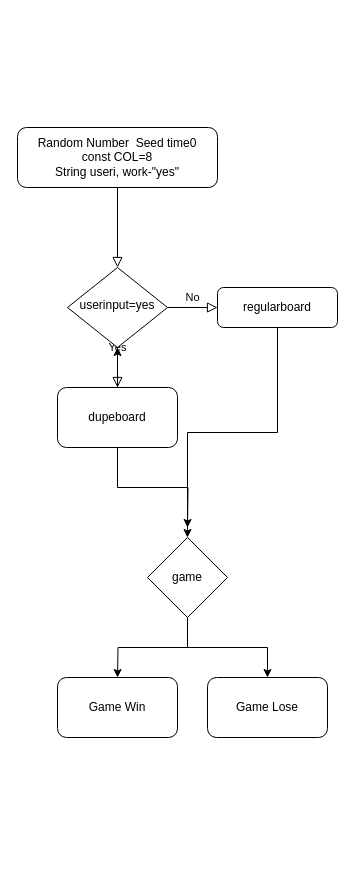
kmai3/Mastermind-Project keeps this draw.io diagram as page "Main" (1 of 4) of flowchart_mastermind.drawio. Above is the earlier version. Source tidied: cells renumbered, new cells numbered last; positions are measured from the earlier drawing's top-left corner, leaving out a move shared by most shapes. Both pictures are drawn from the tidied source at 100%, with x=0, y=0 at pixel (17, 127).
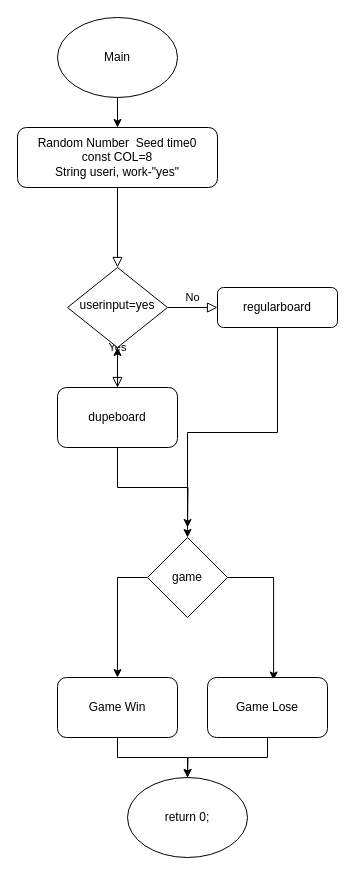
The same page after the edit.

Unchanged cells that the change refers to:
```xml
<mxCell id="3" value="Random Number&amp;nbsp; Seed time0&lt;br&gt;const COL=8&lt;br&gt;String useri, work-&quot;yes&quot;" style="rounded=1;whiteSpace=wrap;html=1;fontSize=12;glass=0;strokeWidth=1;shadow=0;" parent="1" vertex="1">
  <mxGeometry width="200" height="60" as="geometry" />
</mxCell>
<mxCell id="14" value="game" style="rhombus;whiteSpace=wrap;html=1;" parent="1" vertex="1">
  <mxGeometry x="130" y="410" width="80" height="80" as="geometry" />
</mxCell>
<mxCell id="15" value="Game Win" style="rounded=1;whiteSpace=wrap;html=1;" parent="1" vertex="1">
  <mxGeometry x="40" y="550" width="120" height="60" as="geometry" />
</mxCell>
<mxCell id="16" value="Game Lose" style="rounded=1;whiteSpace=wrap;html=1;" parent="1" vertex="1">
  <mxGeometry x="190" y="550" width="120" height="60" as="geometry" />
</mxCell>
```

What changed in the source:
```diff
@@
-    <mxCell id="12" style="edgeStyle=orthogonalEdgeStyle;rounded=0;jettySize=auto;html=1;exitX=0.5;exitY=1;exitDx=0;exitDy=0;" parent="1" edge="1" source="14">
-      <mxGeometry relative="1" as="geometry">
-        <mxPoint x="100" y="550" as="targetPoint" />
-      </mxGeometry>
-    </mxCell>
+    <mxCell id="17" style="edgeStyle=orthogonalEdgeStyle;rounded=0;jettySize=auto;html=1;exitX=0;exitY=0.5;exitDx=0;exitDy=0;" parent="1" edge="1" source="14" target="15">
+      <mxGeometry relative="1" as="geometry" />
+    </mxCell>
-    <mxCell id="13" style="edgeStyle=orthogonalEdgeStyle;rounded=0;jettySize=auto;html=1;exitX=0.5;exitY=1;exitDx=0;exitDy=0;" parent="1" edge="1" source="14" target="16">
+    <mxCell id="13" style="edgeStyle=orthogonalEdgeStyle;rounded=0;jettySize=auto;html=1;exitX=1;exitY=0.5;exitDx=0;exitDy=0;entryX=0.551;entryY=0.042;entryDx=0;entryDy=0;entryPerimeter=0;" parent="1" edge="1" source="14" target="16">
       <mxGeometry relative="1" as="geometry" />
     </mxCell>
@@
+    <mxCell id="18" style="edgeStyle=orthogonalEdgeStyle;rounded=0;jettySize=auto;html=1;exitX=0.5;exitY=1;exitDx=0;exitDy=0;entryX=0.5;entryY=0;entryDx=0;entryDy=0;" parent="1" edge="1" source="15" target="20">
+      <mxGeometry relative="1" as="geometry" />
+    </mxCell>
@@
+    <mxCell id="19" style="edgeStyle=orthogonalEdgeStyle;rounded=0;jettySize=auto;html=1;exitX=0.5;exitY=1;exitDx=0;exitDy=0;" parent="1" edge="1" source="16">
+      <mxGeometry relative="1" as="geometry">
+        <mxPoint x="170" y="650" as="targetPoint" />
+      </mxGeometry>
+    </mxCell>
@@
+    <mxCell id="20" value="return 0;" style="ellipse;whiteSpace=wrap;html=1;" parent="1" vertex="1">
+      <mxGeometry x="110" y="650" width="120" height="80" as="geometry" />
+    </mxCell>
+    <mxCell id="21" style="edgeStyle=orthogonalEdgeStyle;rounded=0;jettySize=auto;html=1;exitX=0.5;exitY=1;exitDx=0;exitDy=0;entryX=0.5;entryY=0;entryDx=0;entryDy=0;" parent="1" edge="1" source="22" target="3">
+      <mxGeometry relative="1" as="geometry" />
+    </mxCell>
+    <mxCell id="22" value="Main" style="ellipse;whiteSpace=wrap;html=1;" parent="1" vertex="1">
+      <mxGeometry x="40" y="-110" width="120" height="80" as="geometry" />
+    </mxCell>
```
